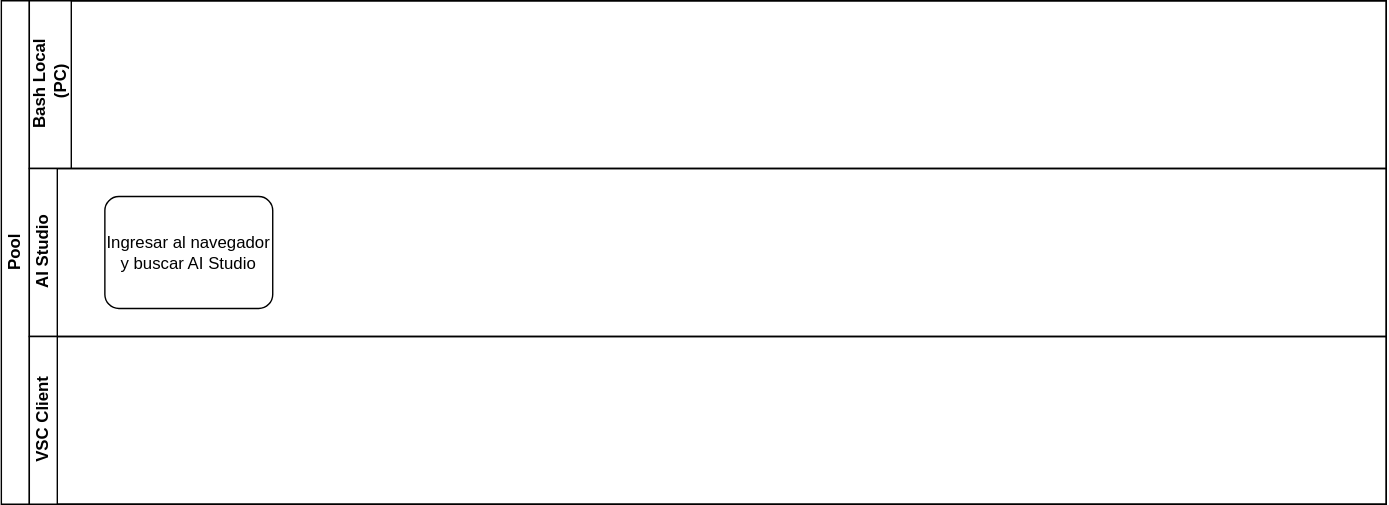
The draw.io diagram systems_analysis/eva2/crear-env-vars-gitbash-windows.drawio.svg in cdvelop/aiep, before a commit. Source tidied: cells renumbered, new cells last; positions are measured from the earlier drawing's top-left corner, leaving out a move shared by most shapes.
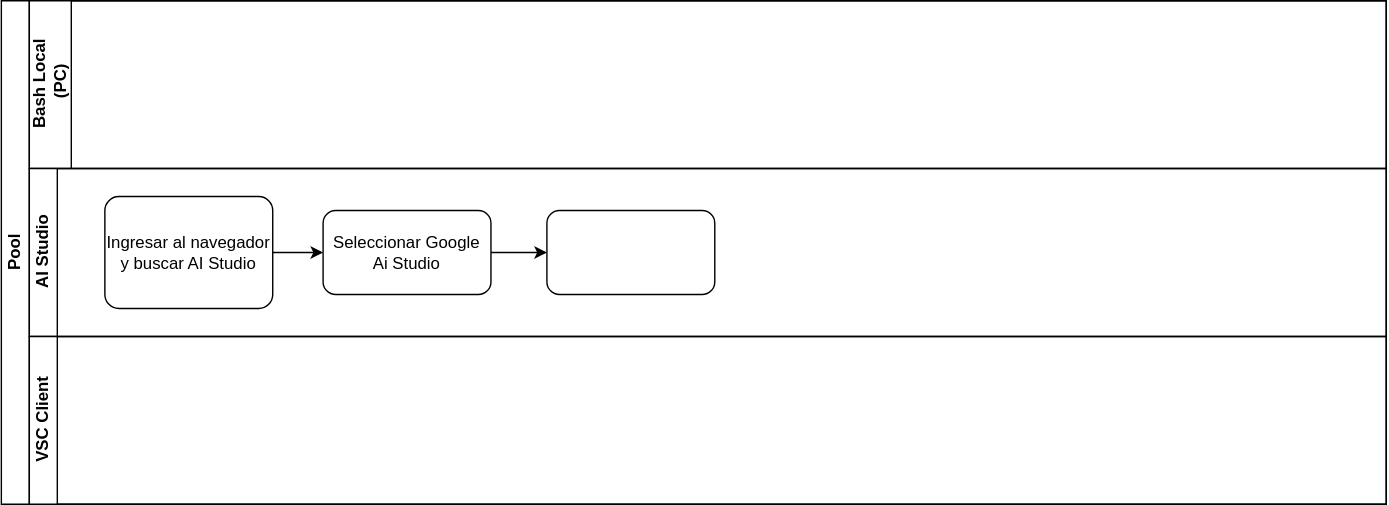
After the commit.

Change to the diagram source:
```diff
@@ -11,9 +11,21 @@
     <mxCell id="4" value="AI Studio" style="swimlane;html=1;startSize=20;horizontal=0;" parent="2" vertex="1">
       <mxGeometry x="20" y="120" width="970" height="120" as="geometry" />
     </mxCell>
+    <mxCell id="7" style="edgeStyle=orthogonalEdgeStyle;rounded=0;jettySize=auto;html=1;" parent="4" edge="1" source="5" target="9">
+      <mxGeometry relative="1" as="geometry" />
+    </mxCell>
     <mxCell id="5" value="Ingresar al navegador y buscar AI Studio" style="points=[[0.25,0,0],[0.5,0,0],[0.75,0,0],[1,0.25,0],[1,0.5,0],[1,0.75,0],[0.75,1,0],[0.5,1,0],[0.25,1,0],[0,0.75,0],[0,0.5,0],[0,0.25,0]];shape=mxgraph.bpmn.task2;whiteSpace=wrap;rectStyle=rounded;size=10;html=1;taskMarker=abstract;" parent="4" vertex="1">
       <mxGeometry x="54" y="20" width="120" height="80" as="geometry" />
     </mxCell>
+    <mxCell id="8" style="edgeStyle=orthogonalEdgeStyle;rounded=0;jettySize=auto;html=1;" parent="4" edge="1" source="9" target="10">
+      <mxGeometry relative="1" as="geometry" />
+    </mxCell>
+    <mxCell id="9" value="Seleccionar Google Ai Studio" style="rounded=1;whiteSpace=wrap;html=1;" parent="4" vertex="1">
+      <mxGeometry x="210" y="30" width="120" height="60" as="geometry" />
+    </mxCell>
+    <mxCell id="10" style="rounded=1;whiteSpace=wrap;html=1;" parent="4" vertex="1">
+      <mxGeometry x="370" y="30" width="120" height="60" as="geometry" />
+    </mxCell>
     <mxCell id="6" value="VSC Client" style="swimlane;html=1;startSize=20;horizontal=0;" parent="2" vertex="1">
       <mxGeometry x="20" y="240" width="970" height="120" as="geometry" />
     </mxCell>
```
